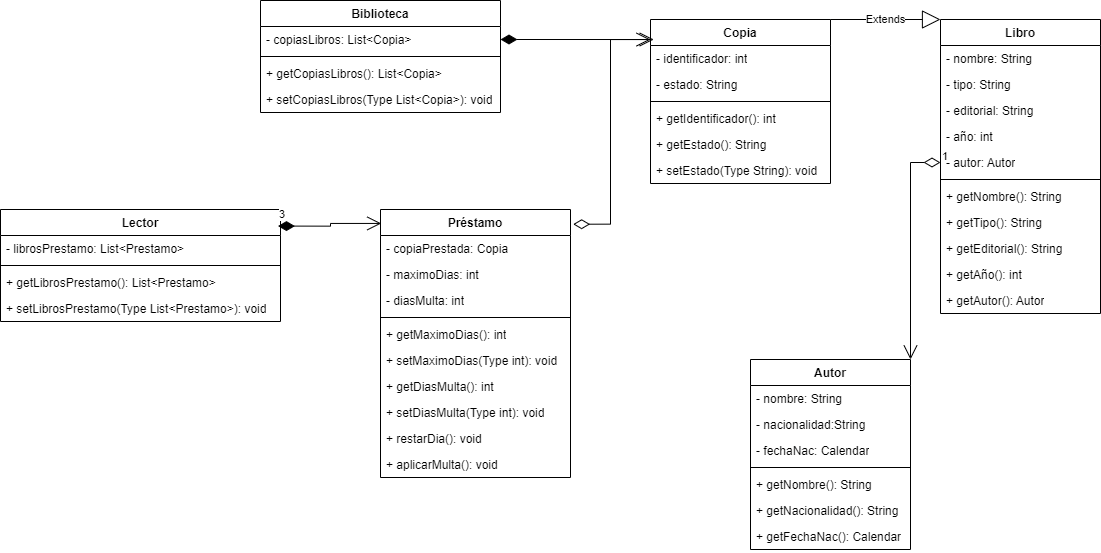
mackstm/ets keeps this draw.io diagram as unidad-4/biblioteca-maxi.png. Above is the earlier version. Source tidied: cells renumbered, new cells last; positions are measured from the earlier drawing's top-left corner, leaving out a move shared by most shapes.
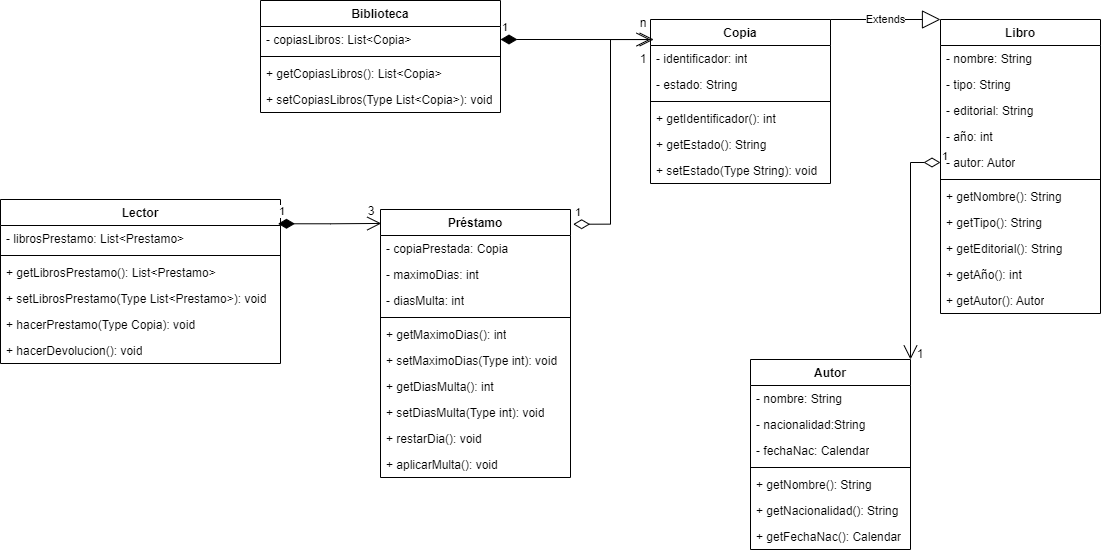
After the change.

What changed in the source:
```diff
@@ -99,7 +99,7 @@
       <mxGeometry y="138" width="180" height="26" as="geometry" />
     </mxCell>
     <mxCell id="34" value="Lector" style="swimlane;fontStyle=1;align=center;verticalAlign=top;horizontal=1;startSize=26;whiteSpace=wrap;html=1;" parent="1" vertex="1">
-      <mxGeometry y="209" width="280" height="112" as="geometry" />
+      <mxGeometry y="199" width="280" height="164" as="geometry" />
     </mxCell>
     <mxCell id="35" value="- librosPrestamo: List&amp;lt;Prestamo&amp;gt;" style="text;strokeColor=none;fillColor=none;align=left;verticalAlign=top;spacingLeft=4;spacingRight=4;overflow=hidden;whiteSpace=wrap;html=1;" parent="34" vertex="1">
       <mxGeometry y="26" width="280" height="26" as="geometry" />
@@ -113,6 +113,12 @@
     <mxCell id="38" value="+ setLibrosPrestamo(Type List&amp;lt;Prestamo&amp;gt;): void" style="text;strokeColor=none;fillColor=none;align=left;verticalAlign=top;spacingLeft=4;spacingRight=4;overflow=hidden;whiteSpace=wrap;html=1;" parent="34" vertex="1">
       <mxGeometry y="86" width="280" height="26" as="geometry" />
     </mxCell>
+    <mxCell id="55" value="+ hacerPrestamo(Type Copia): void" style="text;strokeColor=none;fillColor=none;align=left;verticalAlign=top;spacingLeft=4;spacingRight=4;overflow=hidden;whiteSpace=wrap;html=1;" parent="34" vertex="1">
+      <mxGeometry y="112" width="280" height="26" as="geometry" />
+    </mxCell>
+    <mxCell id="56" value="+ hacerDevolucion(): void" style="text;strokeColor=none;fillColor=none;align=left;verticalAlign=top;spacingLeft=4;spacingRight=4;overflow=hidden;whiteSpace=wrap;html=1;" parent="34" vertex="1">
+      <mxGeometry y="138" width="280" height="26" as="geometry" />
+    </mxCell>
     <mxCell id="39" value="Préstamo" style="swimlane;fontStyle=1;align=center;verticalAlign=top;horizontal=1;startSize=26;whiteSpace=wrap;html=1;" parent="1" vertex="1">
       <mxGeometry x="380" y="209" width="190" height="268" as="geometry" />
     </mxCell>
@@ -152,13 +158,13 @@
     <mxCell id="51" value="1" style="endArrow=open;html=1;endSize=12;startArrow=diamondThin;startSize=14;startFill=0;edgeStyle=orthogonalEdgeStyle;align=left;verticalAlign=bottom;rounded=0;exitX=0;exitY=0.5;exitDx=0;exitDy=0;entryX=1;entryY=0;entryDx=0;entryDy=0;" parent="1" edge="1" source="12" target="19">
       <mxGeometry x="-1" y="3" relative="1" as="geometry" />
     </mxCell>
-    <mxCell id="52" style="endArrow=open;html=1;endSize=12;startArrow=diamondThin;startSize=14;startFill=1;edgeStyle=orthogonalEdgeStyle;align=left;verticalAlign=bottom;rounded=0;exitX=1;exitY=0.5;exitDx=0;exitDy=0;entryX=0.018;entryY=0.122;entryDx=0;entryDy=0;entryPerimeter=0;" parent="1" edge="1" source="3" target="27">
+    <mxCell id="52" value="1" style="endArrow=open;html=1;endSize=12;startArrow=diamondThin;startSize=14;startFill=1;edgeStyle=orthogonalEdgeStyle;align=left;verticalAlign=bottom;rounded=0;exitX=1;exitY=0.5;exitDx=0;exitDy=0;entryX=0.018;entryY=0.122;entryDx=0;entryDy=0;entryPerimeter=0;" parent="1" edge="1" source="3" target="27">
       <mxGeometry x="-1" y="3" relative="1" as="geometry" />
     </mxCell>
-    <mxCell id="53" value="3" style="endArrow=open;html=1;endSize=12;startArrow=diamondThin;startSize=14;startFill=1;edgeStyle=orthogonalEdgeStyle;align=left;verticalAlign=bottom;rounded=0;exitX=0.991;exitY=0.148;exitDx=0;exitDy=0;exitPerimeter=0;entryX=0.004;entryY=0.052;entryDx=0;entryDy=0;entryPerimeter=0;" parent="1" edge="1" source="34" target="39">
+    <mxCell id="53" value="1" style="endArrow=open;html=1;endSize=12;startArrow=diamondThin;startSize=14;startFill=1;edgeStyle=orthogonalEdgeStyle;align=left;verticalAlign=bottom;rounded=0;exitX=0.991;exitY=0.148;exitDx=0;exitDy=0;exitPerimeter=0;entryX=0.004;entryY=0.052;entryDx=0;entryDy=0;entryPerimeter=0;" parent="1" edge="1" source="34" target="39">
       <mxGeometry x="-1" y="3" relative="1" as="geometry" />
     </mxCell>
-    <mxCell id="54" style="endArrow=open;html=1;endSize=12;startArrow=diamondThin;startSize=14;startFill=0;edgeStyle=orthogonalEdgeStyle;align=left;verticalAlign=bottom;rounded=0;exitX=1.014;exitY=0.055;exitDx=0;exitDy=0;exitPerimeter=0;" parent="1" edge="1" source="39">
+    <mxCell id="54" value="1" style="endArrow=open;html=1;endSize=12;startArrow=diamondThin;startSize=14;startFill=0;edgeStyle=orthogonalEdgeStyle;align=left;verticalAlign=bottom;rounded=0;exitX=1.014;exitY=0.055;exitDx=0;exitDy=0;exitPerimeter=0;" parent="1" edge="1" source="39">
       <mxGeometry x="-1" y="3" relative="1" as="geometry">
         <mxPoint x="650" y="39" as="targetPoint" />
         <Array as="points">
@@ -168,5 +174,17 @@
         </Array>
       </mxGeometry>
     </mxCell>
+    <mxCell id="57" value="3" style="text;html=1;strokeColor=none;fillColor=none;align=center;verticalAlign=middle;whiteSpace=wrap;rounded=0;" parent="1" vertex="1">
+      <mxGeometry x="341" y="196" width="60" height="30" as="geometry" />
+    </mxCell>
+    <mxCell id="58" value="1" style="text;html=1;strokeColor=none;fillColor=none;align=center;verticalAlign=middle;whiteSpace=wrap;rounded=0;" parent="1" vertex="1">
+      <mxGeometry x="613" y="44" width="60" height="30" as="geometry" />
+    </mxCell>
+    <mxCell id="59" value="n" style="text;html=1;strokeColor=none;fillColor=none;align=center;verticalAlign=middle;whiteSpace=wrap;rounded=0;" parent="1" vertex="1">
+      <mxGeometry x="613" y="8" width="60" height="30" as="geometry" />
+    </mxCell>
+    <mxCell id="60" value="1" style="text;html=1;strokeColor=none;fillColor=none;align=center;verticalAlign=middle;whiteSpace=wrap;rounded=0;" parent="1" vertex="1">
+      <mxGeometry x="890" y="339" width="60" height="30" as="geometry" />
+    </mxCell>
   </root>
 </mxGraphModel>
```
